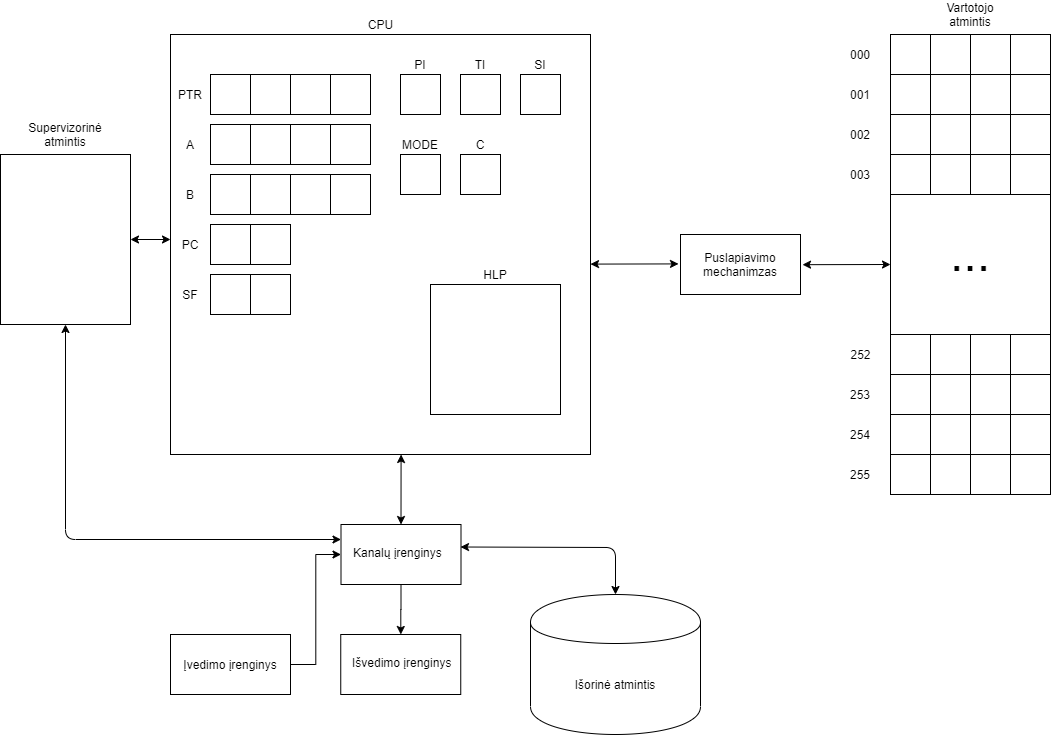
jokubasb/My-OS keeps this draw.io diagram as Untitled Diagram.png. Above is the earlier version. Source tidied: cells renumbered, new cells last; positions are measured from the earlier drawing's top-left corner, leaving out a move shared by most shapes.
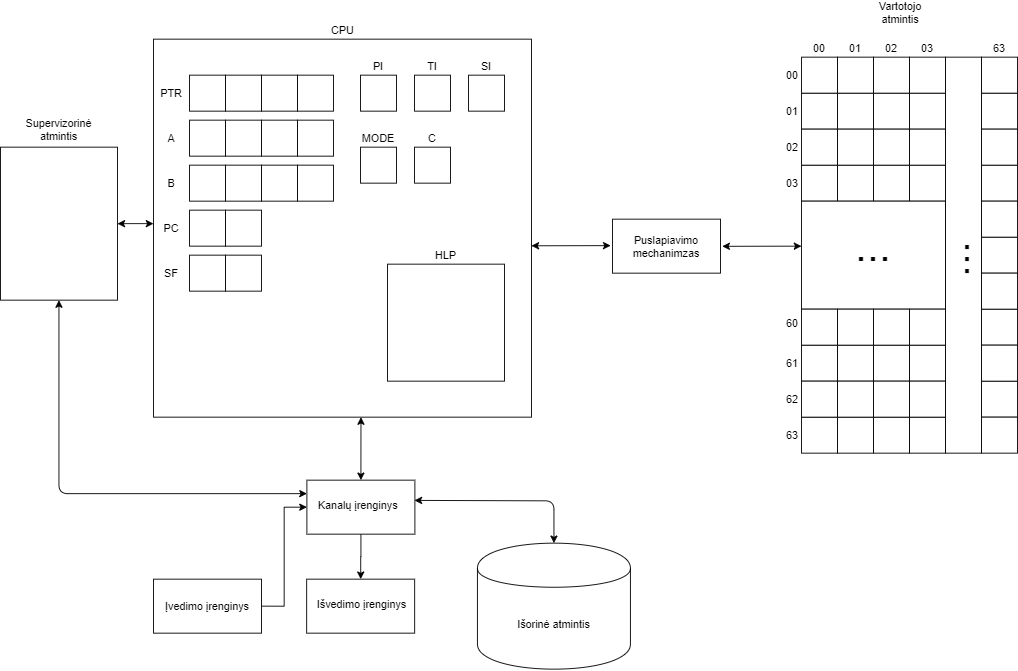
The same file after the commit.

What changed in the source:
```diff
@@ -107,132 +107,6 @@
     <mxCell id="36" value="HLP" style="text;html=1;strokeColor=none;fillColor=none;align=center;verticalAlign=middle;whiteSpace=wrap;rounded=0;" parent="1" vertex="1">
       <mxGeometry x="475" y="260" width="40" height="20" as="geometry" />
     </mxCell>
-    <mxCell id="37" style="rounded=0;whiteSpace=wrap;html=1;" parent="1" vertex="1">
-      <mxGeometry x="890" y="190" width="160" height="140" as="geometry" />
-    </mxCell>
-    <mxCell id="38" style="whiteSpace=wrap;html=1;" parent="1" vertex="1">
-      <mxGeometry x="890" y="150" width="40" height="40" as="geometry" />
-    </mxCell>
-    <mxCell id="39" style="whiteSpace=wrap;html=1;" parent="1" vertex="1">
-      <mxGeometry x="930" y="150" width="40" height="40" as="geometry" />
-    </mxCell>
-    <mxCell id="40" style="whiteSpace=wrap;html=1;" parent="1" vertex="1">
-      <mxGeometry x="970" y="150" width="40" height="40" as="geometry" />
-    </mxCell>
-    <mxCell id="41" style="whiteSpace=wrap;html=1;" parent="1" vertex="1">
-      <mxGeometry x="1010" y="150" width="40" height="40" as="geometry" />
-    </mxCell>
-    <mxCell id="42" style="whiteSpace=wrap;html=1;" parent="1" vertex="1">
-      <mxGeometry x="890" y="110" width="40" height="40" as="geometry" />
-    </mxCell>
-    <mxCell id="43" style="whiteSpace=wrap;html=1;" parent="1" vertex="1">
-      <mxGeometry x="930" y="110" width="40" height="40" as="geometry" />
-    </mxCell>
-    <mxCell id="44" style="whiteSpace=wrap;html=1;" parent="1" vertex="1">
-      <mxGeometry x="970" y="110" width="40" height="40" as="geometry" />
-    </mxCell>
-    <mxCell id="45" style="whiteSpace=wrap;html=1;" parent="1" vertex="1">
-      <mxGeometry x="1010" y="110" width="40" height="40" as="geometry" />
-    </mxCell>
-    <mxCell id="46" style="whiteSpace=wrap;html=1;" parent="1" vertex="1">
-      <mxGeometry x="890" y="70" width="40" height="40" as="geometry" />
-    </mxCell>
-    <mxCell id="47" style="whiteSpace=wrap;html=1;" parent="1" vertex="1">
-      <mxGeometry x="930" y="70" width="40" height="40" as="geometry" />
-    </mxCell>
-    <mxCell id="48" style="whiteSpace=wrap;html=1;" parent="1" vertex="1">
-      <mxGeometry x="970" y="70" width="40" height="40" as="geometry" />
-    </mxCell>
-    <mxCell id="49" style="whiteSpace=wrap;html=1;" parent="1" vertex="1">
-      <mxGeometry x="1010" y="70" width="40" height="40" as="geometry" />
-    </mxCell>
-    <mxCell id="50" style="whiteSpace=wrap;html=1;" parent="1" vertex="1">
-      <mxGeometry x="890" y="30" width="40" height="40" as="geometry" />
-    </mxCell>
-    <mxCell id="51" style="whiteSpace=wrap;html=1;" parent="1" vertex="1">
-      <mxGeometry x="930" y="30" width="40" height="40" as="geometry" />
-    </mxCell>
-    <mxCell id="52" style="whiteSpace=wrap;html=1;" parent="1" vertex="1">
-      <mxGeometry x="970" y="30" width="40" height="40" as="geometry" />
-    </mxCell>
-    <mxCell id="53" style="whiteSpace=wrap;html=1;" parent="1" vertex="1">
-      <mxGeometry x="1010" y="30" width="40" height="40" as="geometry" />
-    </mxCell>
-    <mxCell id="54" style="whiteSpace=wrap;html=1;" parent="1" vertex="1">
-      <mxGeometry x="890" y="450" width="40" height="40" as="geometry" />
-    </mxCell>
-    <mxCell id="55" style="whiteSpace=wrap;html=1;" parent="1" vertex="1">
-      <mxGeometry x="930" y="450" width="40" height="40" as="geometry" />
-    </mxCell>
-    <mxCell id="56" style="whiteSpace=wrap;html=1;" parent="1" vertex="1">
-      <mxGeometry x="970" y="450" width="40" height="40" as="geometry" />
-    </mxCell>
-    <mxCell id="57" style="whiteSpace=wrap;html=1;" parent="1" vertex="1">
-      <mxGeometry x="1010" y="450" width="40" height="40" as="geometry" />
-    </mxCell>
-    <mxCell id="58" style="whiteSpace=wrap;html=1;" parent="1" vertex="1">
-      <mxGeometry x="890" y="410" width="40" height="40" as="geometry" />
-    </mxCell>
-    <mxCell id="59" style="whiteSpace=wrap;html=1;" parent="1" vertex="1">
-      <mxGeometry x="930" y="410" width="40" height="40" as="geometry" />
-    </mxCell>
-    <mxCell id="60" style="whiteSpace=wrap;html=1;" parent="1" vertex="1">
-      <mxGeometry x="970" y="410" width="40" height="40" as="geometry" />
-    </mxCell>
-    <mxCell id="61" style="whiteSpace=wrap;html=1;" parent="1" vertex="1">
-      <mxGeometry x="1010" y="410" width="40" height="40" as="geometry" />
-    </mxCell>
-    <mxCell id="62" style="whiteSpace=wrap;html=1;" parent="1" vertex="1">
-      <mxGeometry x="890" y="370" width="40" height="40" as="geometry" />
-    </mxCell>
-    <mxCell id="63" style="whiteSpace=wrap;html=1;" parent="1" vertex="1">
-      <mxGeometry x="930" y="370" width="40" height="40" as="geometry" />
-    </mxCell>
-    <mxCell id="64" style="whiteSpace=wrap;html=1;" parent="1" vertex="1">
-      <mxGeometry x="970" y="370" width="40" height="40" as="geometry" />
-    </mxCell>
-    <mxCell id="65" style="whiteSpace=wrap;html=1;" parent="1" vertex="1">
-      <mxGeometry x="1010" y="370" width="40" height="40" as="geometry" />
-    </mxCell>
-    <mxCell id="66" style="whiteSpace=wrap;html=1;" parent="1" vertex="1">
-      <mxGeometry x="890" y="330" width="40" height="40" as="geometry" />
-    </mxCell>
-    <mxCell id="67" style="whiteSpace=wrap;html=1;" parent="1" vertex="1">
-      <mxGeometry x="930" y="330" width="40" height="40" as="geometry" />
-    </mxCell>
-    <mxCell id="68" style="whiteSpace=wrap;html=1;" parent="1" vertex="1">
-      <mxGeometry x="970" y="330" width="40" height="40" as="geometry" />
-    </mxCell>
-    <mxCell id="69" style="whiteSpace=wrap;html=1;" parent="1" vertex="1">
-      <mxGeometry x="1010" y="330" width="40" height="40" as="geometry" />
-    </mxCell>
-    <mxCell id="70" value="&lt;font style=&quot;font-size: 48px&quot;&gt;...&lt;/font&gt;" style="text;html=1;strokeColor=none;fillColor=none;align=center;verticalAlign=middle;whiteSpace=wrap;rounded=0;" parent="1" vertex="1">
-      <mxGeometry x="950" y="240" width="40" height="20" as="geometry" />
-    </mxCell>
-    <mxCell id="71" value="000" style="text;html=1;strokeColor=none;fillColor=none;align=center;verticalAlign=middle;whiteSpace=wrap;rounded=0;" parent="1" vertex="1">
-      <mxGeometry x="840" y="40" width="40" height="20" as="geometry" />
-    </mxCell>
-    <mxCell id="72" value="001" style="text;html=1;strokeColor=none;fillColor=none;align=center;verticalAlign=middle;whiteSpace=wrap;rounded=0;" parent="1" vertex="1">
-      <mxGeometry x="840" y="80" width="40" height="20" as="geometry" />
-    </mxCell>
-    <mxCell id="73" value="002" style="text;html=1;strokeColor=none;fillColor=none;align=center;verticalAlign=middle;whiteSpace=wrap;rounded=0;" parent="1" vertex="1">
-      <mxGeometry x="840" y="120" width="40" height="20" as="geometry" />
-    </mxCell>
-    <mxCell id="74" value="003" style="text;html=1;strokeColor=none;fillColor=none;align=center;verticalAlign=middle;whiteSpace=wrap;rounded=0;" parent="1" vertex="1">
-      <mxGeometry x="840" y="160" width="40" height="20" as="geometry" />
-    </mxCell>
-    <mxCell id="75" value="253" style="text;html=1;strokeColor=none;fillColor=none;align=center;verticalAlign=middle;whiteSpace=wrap;rounded=0;" parent="1" vertex="1">
-      <mxGeometry x="840" y="380" width="40" height="20" as="geometry" />
-    </mxCell>
-    <mxCell id="76" value="254" style="text;html=1;strokeColor=none;fillColor=none;align=center;verticalAlign=middle;whiteSpace=wrap;rounded=0;" parent="1" vertex="1">
-      <mxGeometry x="840" y="420" width="40" height="20" as="geometry" />
-    </mxCell>
-    <mxCell id="77" value="255" style="text;html=1;strokeColor=none;fillColor=none;align=center;verticalAlign=middle;whiteSpace=wrap;rounded=0;" parent="1" vertex="1">
-      <mxGeometry x="840" y="460" width="40" height="20" as="geometry" />
-    </mxCell>
-    <mxCell id="78" value="252" style="text;html=1;align=center;verticalAlign=middle;" parent="1" vertex="1">
-      <mxGeometry x="840" y="340" width="40" height="20" as="geometry" />
-    </mxCell>
     <mxCell id="79" value="Išorinė atmintis" style="shape=cylinder;whiteSpace=wrap;html=1;boundedLbl=1;backgroundOutline=1;" parent="1" vertex="1">
       <mxGeometry x="530" y="590" width="170" height="140" as="geometry" />
     </mxCell>
@@ -296,7 +170,7 @@
       </mxGeometry>
     </mxCell>
     <mxCell id="95" value="Vartotojo&lt;br&gt;atmintis" style="text;html=1;strokeColor=none;fillColor=none;align=center;verticalAlign=middle;whiteSpace=wrap;rounded=0;" parent="1" vertex="1">
-      <mxGeometry x="950" width="40" height="20" as="geometry" />
+      <mxGeometry x="980" y="-10" width="40" height="20" as="geometry" />
     </mxCell>
     <mxCell id="96" value="Supervizorinė atmintis" style="text;html=1;strokeColor=none;fillColor=none;align=center;verticalAlign=middle;whiteSpace=wrap;rounded=0;" parent="1" vertex="1">
       <mxGeometry x="45" y="120" width="40" height="20" as="geometry" />
@@ -304,5 +178,185 @@
     <mxCell id="97" value="CPU" style="text;html=1;align=center;verticalAlign=middle;" parent="1" vertex="1">
       <mxGeometry x="360" y="10" width="40" height="20" as="geometry" />
     </mxCell>
+    <mxCell id="98" style="whiteSpace=wrap;html=1;" parent="1" vertex="1">
+      <mxGeometry x="890" y="90" width="40" height="40" as="geometry" />
+    </mxCell>
+    <mxCell id="99" style="whiteSpace=wrap;html=1;" parent="1" vertex="1">
+      <mxGeometry x="930" y="90" width="40" height="40" as="geometry" />
+    </mxCell>
+    <mxCell id="100" style="whiteSpace=wrap;html=1;" parent="1" vertex="1">
+      <mxGeometry x="890" y="50" width="40" height="40" as="geometry" />
+    </mxCell>
+    <mxCell id="101" style="whiteSpace=wrap;html=1;" parent="1" vertex="1">
+      <mxGeometry x="930" y="50" width="40" height="40" as="geometry" />
+    </mxCell>
+    <mxCell id="102" style="rounded=0;whiteSpace=wrap;html=1;" parent="1" vertex="1">
+      <mxGeometry x="1050" y="50" width="40" height="440" as="geometry" />
+    </mxCell>
+    <mxCell id="103" style="whiteSpace=wrap;html=1;" parent="1" vertex="1">
+      <mxGeometry x="1010" y="90" width="40" height="40" as="geometry" />
+    </mxCell>
+    <mxCell id="104" style="whiteSpace=wrap;html=1;" parent="1" vertex="1">
+      <mxGeometry x="1010" y="50" width="40" height="40" as="geometry" />
+    </mxCell>
+    <mxCell id="105" style="whiteSpace=wrap;html=1;" parent="1" vertex="1">
+      <mxGeometry x="970" y="90" width="40" height="40" as="geometry" />
+    </mxCell>
+    <mxCell id="106" style="whiteSpace=wrap;html=1;" parent="1" vertex="1">
+      <mxGeometry x="970" y="50" width="40" height="40" as="geometry" />
+    </mxCell>
+    <mxCell id="107" style="whiteSpace=wrap;html=1;" parent="1" vertex="1">
+      <mxGeometry x="1090" y="90" width="40" height="40" as="geometry" />
+    </mxCell>
+    <mxCell id="108" style="whiteSpace=wrap;html=1;" parent="1" vertex="1">
+      <mxGeometry x="1090" y="50" width="40" height="40" as="geometry" />
+    </mxCell>
+    <mxCell id="109" style="whiteSpace=wrap;html=1;" parent="1" vertex="1">
+      <mxGeometry x="890" y="170" width="40" height="40" as="geometry" />
+    </mxCell>
+    <mxCell id="110" style="whiteSpace=wrap;html=1;" parent="1" vertex="1">
+      <mxGeometry x="930" y="170" width="40" height="40" as="geometry" />
+    </mxCell>
+    <mxCell id="111" style="whiteSpace=wrap;html=1;" parent="1" vertex="1">
+      <mxGeometry x="890" y="130" width="40" height="40" as="geometry" />
+    </mxCell>
+    <mxCell id="112" style="whiteSpace=wrap;html=1;" parent="1" vertex="1">
+      <mxGeometry x="930" y="130" width="40" height="40" as="geometry" />
+    </mxCell>
+    <mxCell id="113" style="whiteSpace=wrap;html=1;" parent="1" vertex="1">
+      <mxGeometry x="1010" y="170" width="40" height="40" as="geometry" />
+    </mxCell>
+    <mxCell id="114" style="whiteSpace=wrap;html=1;" parent="1" vertex="1">
+      <mxGeometry x="1010" y="130" width="40" height="40" as="geometry" />
+    </mxCell>
+    <mxCell id="115" style="whiteSpace=wrap;html=1;" parent="1" vertex="1">
+      <mxGeometry x="970" y="170" width="40" height="40" as="geometry" />
+    </mxCell>
+    <mxCell id="116" style="whiteSpace=wrap;html=1;" parent="1" vertex="1">
+      <mxGeometry x="970" y="130" width="40" height="40" as="geometry" />
+    </mxCell>
+    <mxCell id="117" style="rounded=0;whiteSpace=wrap;html=1;" parent="1" vertex="1">
+      <mxGeometry x="890" y="210" width="160" height="120" as="geometry" />
+    </mxCell>
+    <mxCell id="62" style="whiteSpace=wrap;html=1;" parent="1" vertex="1">
+      <mxGeometry x="890" y="370" width="40" height="40" as="geometry" />
+    </mxCell>
+    <mxCell id="63" style="whiteSpace=wrap;html=1;" parent="1" vertex="1">
+      <mxGeometry x="930" y="370" width="40" height="40" as="geometry" />
+    </mxCell>
+    <mxCell id="66" style="whiteSpace=wrap;html=1;" parent="1" vertex="1">
+      <mxGeometry x="890" y="330" width="40" height="40" as="geometry" />
+    </mxCell>
+    <mxCell id="67" style="whiteSpace=wrap;html=1;" parent="1" vertex="1">
+      <mxGeometry x="930" y="330" width="40" height="40" as="geometry" />
+    </mxCell>
+    <mxCell id="65" style="whiteSpace=wrap;html=1;" parent="1" vertex="1">
+      <mxGeometry x="1010" y="370" width="40" height="40" as="geometry" />
+    </mxCell>
+    <mxCell id="69" style="whiteSpace=wrap;html=1;" parent="1" vertex="1">
+      <mxGeometry x="1010" y="330" width="40" height="40" as="geometry" />
+    </mxCell>
+    <mxCell id="64" style="whiteSpace=wrap;html=1;" parent="1" vertex="1">
+      <mxGeometry x="970" y="370" width="40" height="40" as="geometry" />
+    </mxCell>
+    <mxCell id="68" style="whiteSpace=wrap;html=1;" parent="1" vertex="1">
+      <mxGeometry x="970" y="330" width="40" height="40" as="geometry" />
+    </mxCell>
+    <mxCell id="54" style="whiteSpace=wrap;html=1;" parent="1" vertex="1">
+      <mxGeometry x="890" y="450" width="40" height="40" as="geometry" />
+    </mxCell>
+    <mxCell id="55" style="whiteSpace=wrap;html=1;" parent="1" vertex="1">
+      <mxGeometry x="930" y="450" width="40" height="40" as="geometry" />
+    </mxCell>
+    <mxCell id="58" style="whiteSpace=wrap;html=1;" parent="1" vertex="1">
+      <mxGeometry x="890" y="410" width="40" height="40" as="geometry" />
+    </mxCell>
+    <mxCell id="59" style="whiteSpace=wrap;html=1;" parent="1" vertex="1">
+      <mxGeometry x="930" y="410" width="40" height="40" as="geometry" />
+    </mxCell>
+    <mxCell id="57" style="whiteSpace=wrap;html=1;" parent="1" vertex="1">
+      <mxGeometry x="1010" y="450" width="40" height="40" as="geometry" />
+    </mxCell>
+    <mxCell id="61" style="whiteSpace=wrap;html=1;" parent="1" vertex="1">
+      <mxGeometry x="1010" y="410" width="40" height="40" as="geometry" />
+    </mxCell>
+    <mxCell id="56" style="whiteSpace=wrap;html=1;" parent="1" vertex="1">
+      <mxGeometry x="970" y="450" width="40" height="40" as="geometry" />
+    </mxCell>
+    <mxCell id="60" style="whiteSpace=wrap;html=1;" parent="1" vertex="1">
+      <mxGeometry x="970" y="410" width="40" height="40" as="geometry" />
+    </mxCell>
+    <mxCell id="118" style="whiteSpace=wrap;html=1;" parent="1" vertex="1">
+      <mxGeometry x="1090" y="170" width="40" height="40" as="geometry" />
+    </mxCell>
+    <mxCell id="119" style="whiteSpace=wrap;html=1;" parent="1" vertex="1">
+      <mxGeometry x="1090" y="130" width="40" height="40" as="geometry" />
+    </mxCell>
+    <mxCell id="120" style="whiteSpace=wrap;html=1;" parent="1" vertex="1">
+      <mxGeometry x="1090" y="250" width="40" height="40" as="geometry" />
+    </mxCell>
+    <mxCell id="121" style="whiteSpace=wrap;html=1;" parent="1" vertex="1">
+      <mxGeometry x="1090" y="210" width="40" height="40" as="geometry" />
+    </mxCell>
+    <mxCell id="122" style="whiteSpace=wrap;html=1;" parent="1" vertex="1">
+      <mxGeometry x="1090" y="330" width="40" height="40" as="geometry" />
+    </mxCell>
+    <mxCell id="123" style="whiteSpace=wrap;html=1;" parent="1" vertex="1">
+      <mxGeometry x="1090" y="290" width="40" height="40" as="geometry" />
+    </mxCell>
+    <mxCell id="124" style="whiteSpace=wrap;html=1;" parent="1" vertex="1">
+      <mxGeometry x="1090" y="410" width="40" height="40" as="geometry" />
+    </mxCell>
+    <mxCell id="125" style="whiteSpace=wrap;html=1;" parent="1" vertex="1">
+      <mxGeometry x="1090" y="370" width="40" height="40" as="geometry" />
+    </mxCell>
+    <mxCell id="126" style="whiteSpace=wrap;html=1;" parent="1" vertex="1">
+      <mxGeometry x="1090" y="450" width="40" height="40" as="geometry" />
+    </mxCell>
+    <mxCell id="70" value="&lt;font style=&quot;font-size: 48px&quot;&gt;...&lt;/font&gt;" style="text;html=1;strokeColor=none;fillColor=none;align=center;verticalAlign=middle;whiteSpace=wrap;rounded=0;" parent="1" vertex="1">
+      <mxGeometry x="950" y="250" width="40" height="20" as="geometry" />
+    </mxCell>
+    <mxCell id="127" value="&lt;font style=&quot;font-size: 48px&quot;&gt;...&lt;/font&gt;" style="text;html=1;strokeColor=none;fillColor=none;align=center;verticalAlign=middle;whiteSpace=wrap;rounded=0;rotation=-90;" parent="1" vertex="1">
+      <mxGeometry x="1040" y="265" width="40" height="20" as="geometry" />
+    </mxCell>
+    <mxCell id="128" value="00" style="text;html=1;strokeColor=none;fillColor=none;align=center;verticalAlign=middle;whiteSpace=wrap;rounded=0;" parent="1" vertex="1">
+      <mxGeometry x="860" y="60" width="40" height="20" as="geometry" />
+    </mxCell>
+    <mxCell id="129" value="01" style="text;html=1;strokeColor=none;fillColor=none;align=center;verticalAlign=middle;whiteSpace=wrap;rounded=0;" parent="1" vertex="1">
+      <mxGeometry x="860" y="100" width="40" height="20" as="geometry" />
+    </mxCell>
+    <mxCell id="130" value="03" style="text;html=1;strokeColor=none;fillColor=none;align=center;verticalAlign=middle;whiteSpace=wrap;rounded=0;" parent="1" vertex="1">
+      <mxGeometry x="860" y="180" width="40" height="20" as="geometry" />
+    </mxCell>
+    <mxCell id="131" value="02" style="text;html=1;strokeColor=none;fillColor=none;align=center;verticalAlign=middle;whiteSpace=wrap;rounded=0;" parent="1" vertex="1">
+      <mxGeometry x="860" y="140" width="40" height="20" as="geometry" />
+    </mxCell>
+    <mxCell id="132" value="63" style="text;html=1;strokeColor=none;fillColor=none;align=center;verticalAlign=middle;whiteSpace=wrap;rounded=0;" parent="1" vertex="1">
+      <mxGeometry x="860" y="460" width="40" height="20" as="geometry" />
+    </mxCell>
+    <mxCell id="133" value="62" style="text;html=1;strokeColor=none;fillColor=none;align=center;verticalAlign=middle;whiteSpace=wrap;rounded=0;" parent="1" vertex="1">
+      <mxGeometry x="860" y="420" width="40" height="20" as="geometry" />
+    </mxCell>
+    <mxCell id="134" value="61" style="text;html=1;strokeColor=none;fillColor=none;align=center;verticalAlign=middle;whiteSpace=wrap;rounded=0;" parent="1" vertex="1">
+      <mxGeometry x="860" y="380" width="40" height="20" as="geometry" />
+    </mxCell>
+    <mxCell id="135" value="60" style="text;html=1;strokeColor=none;fillColor=none;align=center;verticalAlign=middle;whiteSpace=wrap;rounded=0;" parent="1" vertex="1">
+      <mxGeometry x="860" y="335" width="40" height="20" as="geometry" />
+    </mxCell>
+    <mxCell id="136" value="00" style="text;html=1;strokeColor=none;fillColor=none;align=center;verticalAlign=middle;whiteSpace=wrap;rounded=0;" parent="1" vertex="1">
+      <mxGeometry x="890" y="30" width="40" height="20" as="geometry" />
+    </mxCell>
+    <mxCell id="137" value="01" style="text;html=1;strokeColor=none;fillColor=none;align=center;verticalAlign=middle;whiteSpace=wrap;rounded=0;" parent="1" vertex="1">
+      <mxGeometry x="930" y="30" width="40" height="20" as="geometry" />
+    </mxCell>
+    <mxCell id="138" value="02" style="text;html=1;strokeColor=none;fillColor=none;align=center;verticalAlign=middle;whiteSpace=wrap;rounded=0;" parent="1" vertex="1">
+      <mxGeometry x="970" y="30" width="40" height="20" as="geometry" />
+    </mxCell>
+    <mxCell id="139" value="03" style="text;html=1;strokeColor=none;fillColor=none;align=center;verticalAlign=middle;whiteSpace=wrap;rounded=0;" parent="1" vertex="1">
+      <mxGeometry x="1010" y="30" width="40" height="20" as="geometry" />
+    </mxCell>
+    <mxCell id="140" value="63" style="text;html=1;strokeColor=none;fillColor=none;align=center;verticalAlign=middle;whiteSpace=wrap;rounded=0;" parent="1" vertex="1">
+      <mxGeometry x="1090" y="30" width="40" height="20" as="geometry" />
+    </mxCell>
   </root>
 </mxGraphModel>
```
